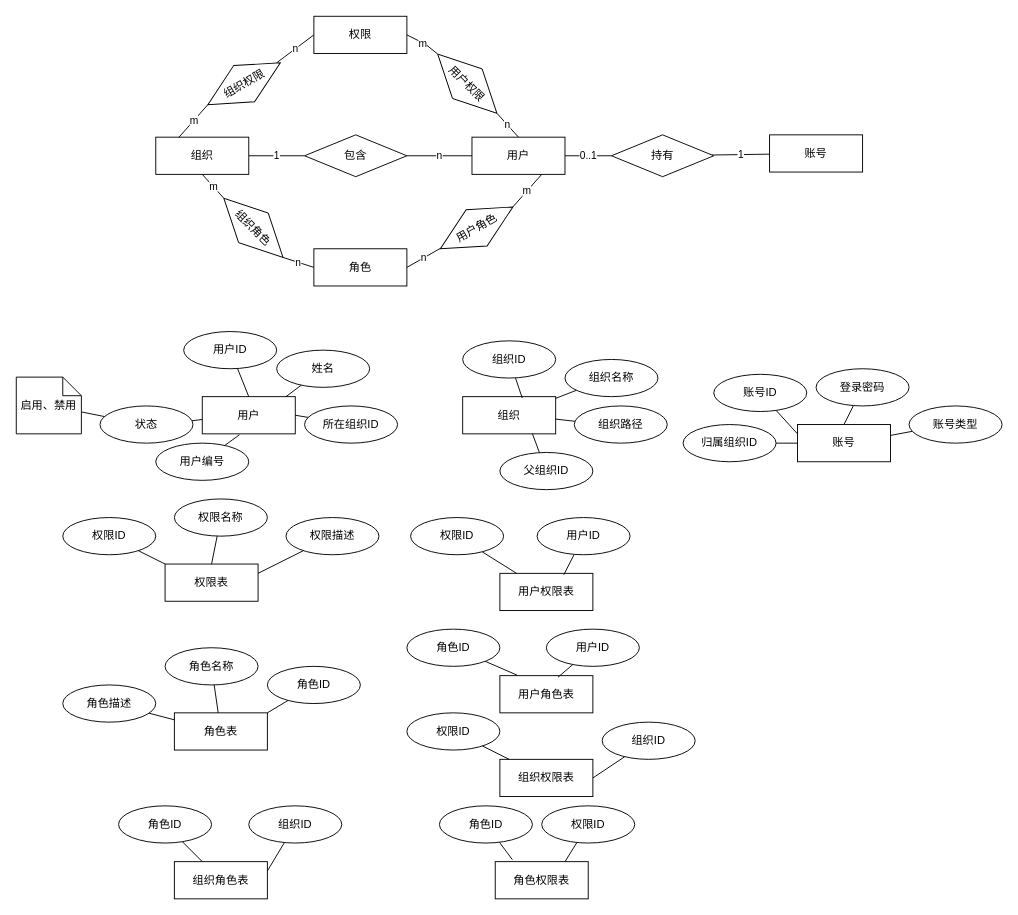
The draw.io diagram page "用户服务" (2 of 5) of 毕设管理系统/ER模型图.drawio in FdfGithub/drawio, before the edit. Source tidied: cells renumbered, new cells numbered last; positions are measured from the earlier drawing's top-left corner, leaving out a move shared by most shapes. Both pictures are drawn from the tidied source at 93%, with x=0, y=0 at pixel (16, 16).
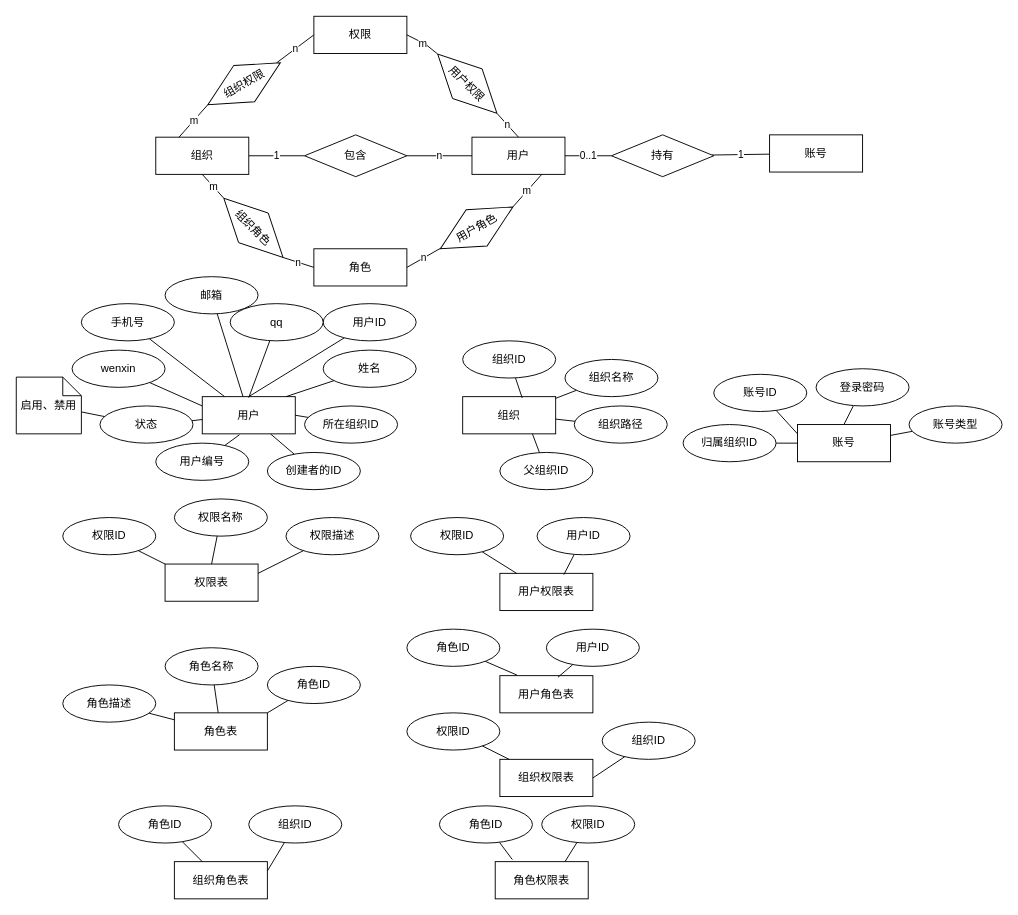
Above is the later version.

Commit message:
更新ER模型图.drawio

The change refers to these unchanged cells:
```xml
<mxCell id="6" value="用户" style="whiteSpace=wrap;html=1;align=center;" parent="1" vertex="1">
  <mxGeometry x="200" y="409" width="100" height="40" as="geometry" />
</mxCell>
```

Diff of the diagram source:
```diff
@@
+    <mxCell id="95" style="edgeStyle=none;rounded=0;jettySize=auto;html=1;endArrow=none;endFill=0;" parent="1" edge="1" source="6" target="96">
+      <mxGeometry relative="1" as="geometry" />
+    </mxCell>
@@
     <mxCell id="8" value="姓名" style="ellipse;whiteSpace=wrap;html=1;align=center;" parent="1" vertex="1">
-      <mxGeometry x="280" y="359" width="100" height="40" as="geometry" />
+      <mxGeometry x="330" y="359" width="100" height="40" as="geometry" />
     </mxCell>
@@
     <mxCell id="12" value="用户ID" style="ellipse;whiteSpace=wrap;html=1;align=center;" parent="1" vertex="1">
-      <mxGeometry x="180" y="339" width="100" height="40" as="geometry" />
+      <mxGeometry x="330" y="309" width="100" height="40" as="geometry" />
     </mxCell>
@@
+    <mxCell id="96" value="创建者的ID" style="ellipse;whiteSpace=wrap;html=1;align=center;" parent="1" vertex="1">
+      <mxGeometry x="270" y="469" width="100" height="40" as="geometry" />
+    </mxCell>
+    <mxCell id="97" style="edgeStyle=none;rounded=0;jettySize=auto;html=1;endArrow=none;endFill=0;" parent="1" edge="1" source="98" target="6">
+      <mxGeometry relative="1" as="geometry" />
+    </mxCell>
+    <mxCell id="98" value="手机号" style="ellipse;whiteSpace=wrap;html=1;align=center;" parent="1" vertex="1">
+      <mxGeometry x="70" y="309" width="100" height="40" as="geometry" />
+    </mxCell>
+    <mxCell id="99" style="edgeStyle=none;rounded=0;jettySize=auto;html=1;endArrow=none;endFill=0;" parent="1" edge="1" source="100" target="6">
+      <mxGeometry relative="1" as="geometry" />
+    </mxCell>
+    <mxCell id="100" value="邮箱" style="ellipse;whiteSpace=wrap;html=1;align=center;" parent="1" vertex="1">
+      <mxGeometry x="160" y="280" width="100" height="40" as="geometry" />
+    </mxCell>
+    <mxCell id="101" style="edgeStyle=none;rounded=0;jettySize=auto;html=1;endArrow=none;endFill=0;" parent="1" edge="1" source="102">
+      <mxGeometry relative="1" as="geometry">
+        <mxPoint x="250" y="410" as="targetPoint" />
+      </mxGeometry>
+    </mxCell>
+    <mxCell id="102" value="qq" style="ellipse;whiteSpace=wrap;html=1;align=center;" parent="1" vertex="1">
+      <mxGeometry x="230" y="309" width="100" height="40" as="geometry" />
+    </mxCell>
+    <mxCell id="103" style="edgeStyle=none;rounded=0;jettySize=auto;html=1;entryX=0;entryY=0.25;entryDx=0;entryDy=0;endArrow=none;endFill=0;" parent="1" edge="1" source="104" target="6">
+      <mxGeometry relative="1" as="geometry" />
+    </mxCell>
+    <mxCell id="104" value="wenxin" style="ellipse;whiteSpace=wrap;html=1;align=center;" parent="1" vertex="1">
+      <mxGeometry x="60" y="359" width="100" height="40" as="geometry" />
+    </mxCell>
```
